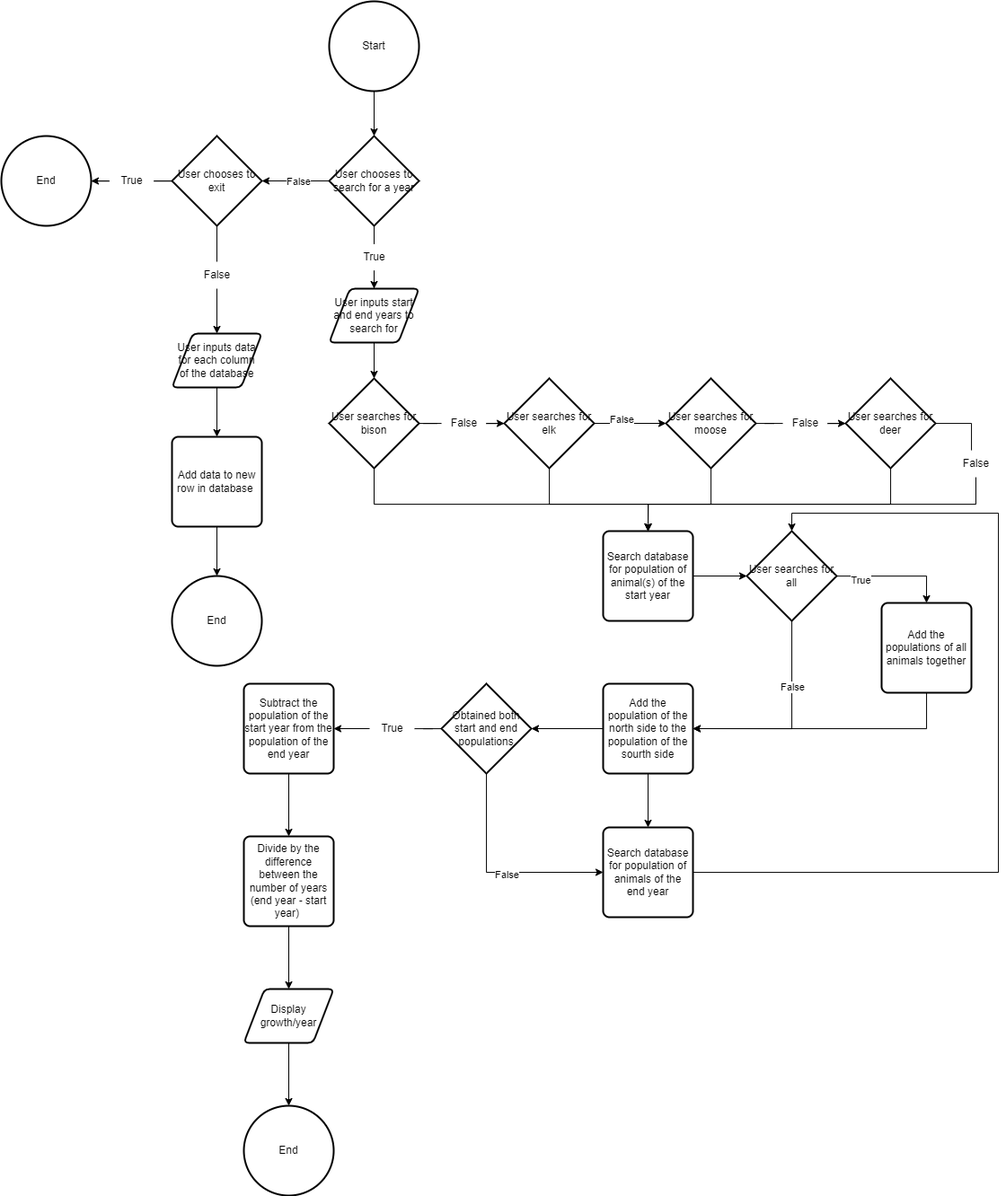
mimimelonxxxx/CSE2130-Project keeps this draw.io diagram as Large Mammal Population.drawio.png. Above is the earlier version. Source tidied: cells renumbered, new cells last; positions are measured from the earlier drawing's top-left corner, leaving out a move shared by most shapes.
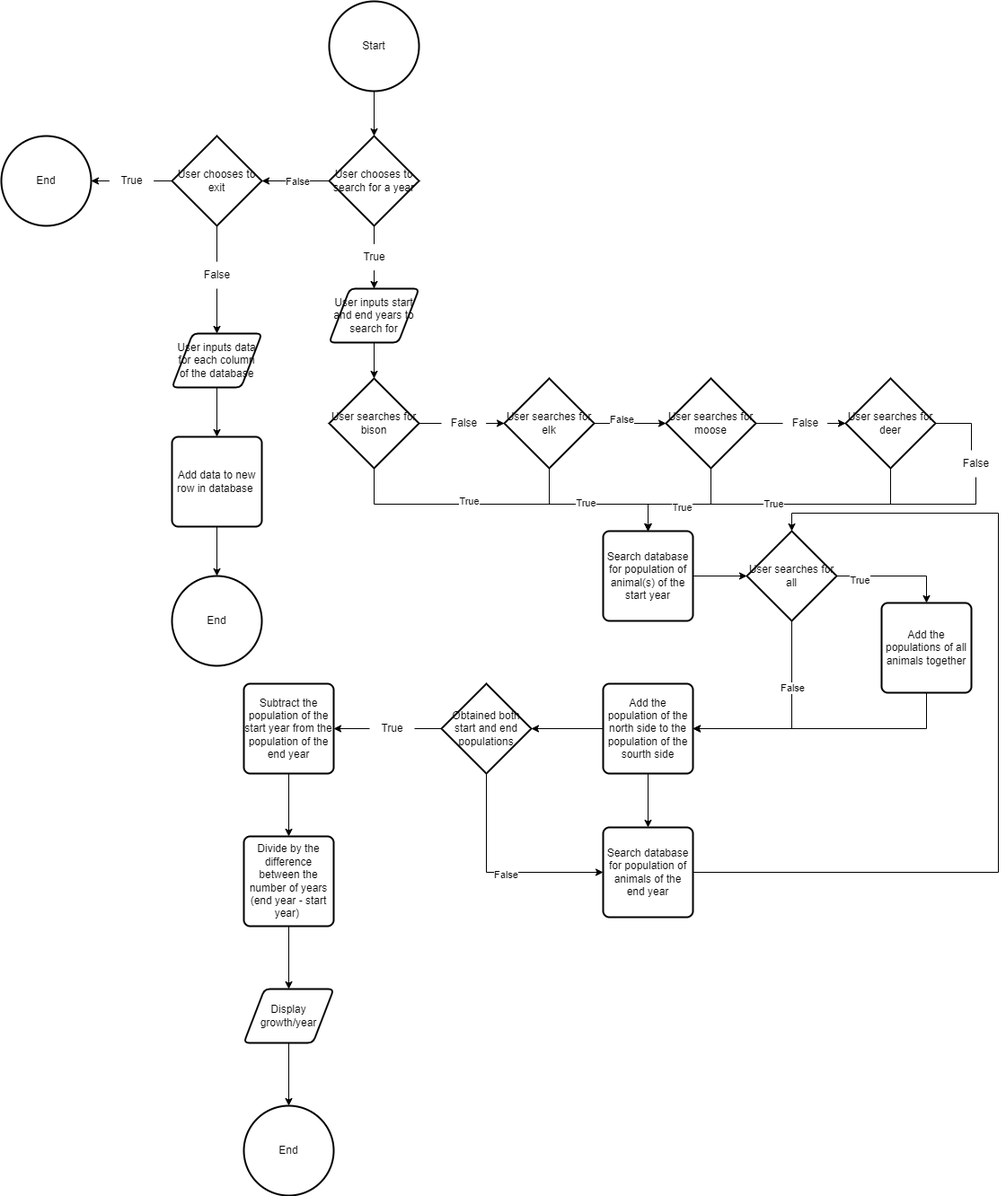
After the commit.

Commit message:
minor changes, tried figuring out the split

Change to the diagram source:
```diff
@@ -65,6 +65,9 @@
         </Array>
       </mxGeometry>
     </mxCell>
+    <mxCell id="71" value="True" style="edgeLabel;html=1;align=center;verticalAlign=middle;" parent="19" vertex="1">
+      <mxGeometry x="-0.22" y="4" relative="1" as="geometry" />
+    </mxCell>
     <mxCell id="20" value="User searches for bison" style="strokeWidth=2;html=1;shape=mxgraph.flowchart.decision;whiteSpace=wrap;" parent="1" vertex="1">
       <mxGeometry x="365" y="420" width="100" height="100" as="geometry" />
     </mxCell>
@@ -82,6 +85,9 @@
         </Array>
       </mxGeometry>
     </mxCell>
+    <mxCell id="72" value="True" style="edgeLabel;html=1;align=center;verticalAlign=middle;" parent="23" vertex="1">
+      <mxGeometry x="-0.1" y="2" relative="1" as="geometry" />
+    </mxCell>
     <mxCell id="24" value="User searches for elk" style="strokeWidth=2;html=1;shape=mxgraph.flowchart.decision;whiteSpace=wrap;" parent="1" vertex="1">
       <mxGeometry x="560" y="420" width="100" height="100" as="geometry" />
     </mxCell>
@@ -107,7 +113,7 @@
         </Array>
       </mxGeometry>
     </mxCell>
-    <mxCell id="29" style="edgeStyle=orthogonalEdgeStyle;rounded=0;jettySize=auto;html=1;entryX=0.5;entryY=0;entryDx=0;entryDy=0;" parent="1" edge="1" source="30" target="38">
+    <mxCell id="29" value="True" style="edgeStyle=orthogonalEdgeStyle;rounded=0;jettySize=auto;html=1;entryX=0.5;entryY=0;entryDx=0;entryDy=0;" parent="1" edge="1" source="30" target="38">
       <mxGeometry relative="1" as="geometry">
         <Array as="points">
           <mxPoint x="990" y="560" />
@@ -115,6 +121,9 @@
         </Array>
       </mxGeometry>
     </mxCell>
+    <mxCell id="73" value="True" style="edgeLabel;html=1;align=center;verticalAlign=middle;" parent="29" vertex="1">
+      <mxGeometry x="0.61" y="3" relative="1" as="geometry" />
+    </mxCell>
     <mxCell id="30" value="User searches for deer" style="strokeWidth=2;html=1;shape=mxgraph.flowchart.decision;whiteSpace=wrap;" parent="1" vertex="1">
       <mxGeometry x="940" y="420" width="100" height="100" as="geometry" />
     </mxCell>
```
